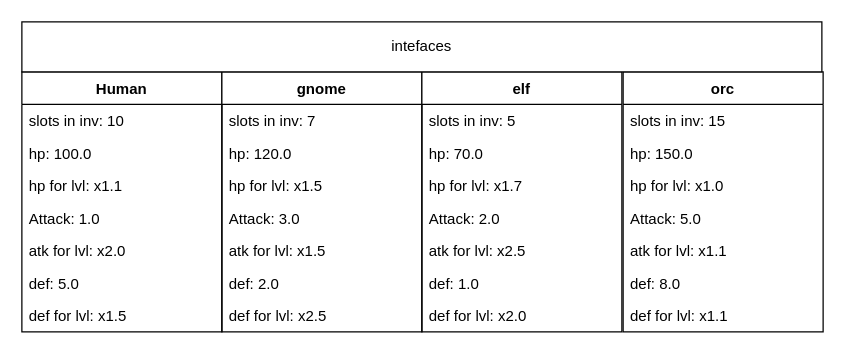
The draw.io diagram page "rase" (3 of 3) of src/plan/projectDiagram.drawio in vfedychkanych/MyPlayProj, before the edit. Source tidied: cells renumbered, new cells numbered last; positions are measured from the earlier drawing's top-left corner, leaving out a move shared by most shapes. Both pictures are drawn from the tidied source at 125%, with x=0, y=0 at pixel (21, 21).
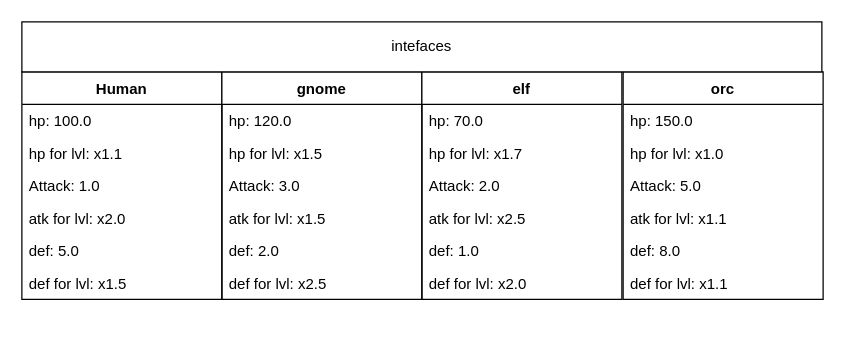
The same page after the edit.

Diff of the diagram source:
```diff
@@
     <mxCell id="2" value="Human" style="swimlane;fontStyle=1;align=center;verticalAlign=top;horizontal=1;startSize=26;" parent="1" vertex="1">
-      <mxGeometry y="40" width="160" height="208" as="geometry" />
+      <mxGeometry y="40" width="160" height="182" as="geometry" />
     </mxCell>
-    <mxCell id="3" value="slots in inv: 10" style="text;strokeColor=none;fillColor=none;align=left;verticalAlign=top;spacingLeft=4;spacingRight=4;overflow=hidden;" parent="2" vertex="1">
-      <mxGeometry y="26" width="160" height="26" as="geometry" />
-    </mxCell>
     <mxCell id="4" value="hp: 100.0" style="text;strokeColor=none;fillColor=none;align=left;verticalAlign=top;spacingLeft=4;spacingRight=4;overflow=hidden;" parent="2" vertex="1">
-      <mxGeometry y="52" width="160" height="26" as="geometry" />
+      <mxGeometry y="26" width="160" height="26" as="geometry" />
     </mxCell>
     <mxCell id="5" value="hp for lvl: x1.1" style="text;strokeColor=none;fillColor=none;align=left;verticalAlign=top;spacingLeft=4;spacingRight=4;overflow=hidden;" parent="2" vertex="1">
-      <mxGeometry y="78" width="160" height="26" as="geometry" />
+      <mxGeometry y="52" width="160" height="26" as="geometry" />
     </mxCell>
     <mxCell id="6" value="Attack: 1.0" style="text;strokeColor=none;fillColor=none;align=left;verticalAlign=top;spacingLeft=4;spacingRight=4;overflow=hidden;" parent="2" vertex="1">
-      <mxGeometry y="104" width="160" height="26" as="geometry" />
+      <mxGeometry y="78" width="160" height="26" as="geometry" />
     </mxCell>
     <mxCell id="7" value="atk for lvl: x2.0" style="text;strokeColor=none;fillColor=none;align=left;verticalAlign=top;spacingLeft=4;spacingRight=4;overflow=hidden;" parent="2" vertex="1">
-      <mxGeometry y="130" width="160" height="26" as="geometry" />
+      <mxGeometry y="104" width="160" height="26" as="geometry" />
     </mxCell>
     <mxCell id="8" value="def: 5.0" style="text;strokeColor=none;fillColor=none;align=left;verticalAlign=top;spacingLeft=4;spacingRight=4;overflow=hidden;" parent="2" vertex="1">
-      <mxGeometry y="156" width="160" height="26" as="geometry" />
+      <mxGeometry y="130" width="160" height="26" as="geometry" />
     </mxCell>
     <mxCell id="9" value="def for lvl: x1.5" style="text;strokeColor=none;fillColor=none;align=left;verticalAlign=top;spacingLeft=4;spacingRight=4;overflow=hidden;" parent="2" vertex="1">
-      <mxGeometry y="182" width="160" height="26" as="geometry" />
+      <mxGeometry y="156" width="160" height="26" as="geometry" />
     </mxCell>
     <mxCell id="10" value="gnome" style="swimlane;fontStyle=1;align=center;verticalAlign=top;horizontal=1;startSize=26;" parent="1" vertex="1">
-      <mxGeometry x="160" y="40" width="160" height="208" as="geometry" />
+      <mxGeometry x="160" y="40" width="160" height="182" as="geometry" />
     </mxCell>
-    <mxCell id="11" value="slots in inv: 7" style="text;strokeColor=none;fillColor=none;align=left;verticalAlign=top;spacingLeft=4;spacingRight=4;overflow=hidden;" parent="10" vertex="1">
-      <mxGeometry y="26" width="160" height="26" as="geometry" />
-    </mxCell>
     <mxCell id="12" value="hp: 120.0" style="text;strokeColor=none;fillColor=none;align=left;verticalAlign=top;spacingLeft=4;spacingRight=4;overflow=hidden;" parent="10" vertex="1">
-      <mxGeometry y="52" width="160" height="26" as="geometry" />
+      <mxGeometry y="26" width="160" height="26" as="geometry" />
     </mxCell>
     <mxCell id="13" value="hp for lvl: x1.5" style="text;strokeColor=none;fillColor=none;align=left;verticalAlign=top;spacingLeft=4;spacingRight=4;overflow=hidden;" parent="10" vertex="1">
-      <mxGeometry y="78" width="160" height="26" as="geometry" />
+      <mxGeometry y="52" width="160" height="26" as="geometry" />
     </mxCell>
     <mxCell id="14" value="Attack: 3.0" style="text;strokeColor=none;fillColor=none;align=left;verticalAlign=top;spacingLeft=4;spacingRight=4;overflow=hidden;" parent="10" vertex="1">
-      <mxGeometry y="104" width="160" height="26" as="geometry" />
+      <mxGeometry y="78" width="160" height="26" as="geometry" />
     </mxCell>
     <mxCell id="15" value="atk for lvl: x1.5" style="text;strokeColor=none;fillColor=none;align=left;verticalAlign=top;spacingLeft=4;spacingRight=4;overflow=hidden;" parent="10" vertex="1">
-      <mxGeometry y="130" width="160" height="26" as="geometry" />
+      <mxGeometry y="104" width="160" height="26" as="geometry" />
     </mxCell>
     <mxCell id="16" value="def: 2.0" style="text;strokeColor=none;fillColor=none;align=left;verticalAlign=top;spacingLeft=4;spacingRight=4;overflow=hidden;" parent="10" vertex="1">
-      <mxGeometry y="156" width="160" height="26" as="geometry" />
+      <mxGeometry y="130" width="160" height="26" as="geometry" />
     </mxCell>
     <mxCell id="17" value="def for lvl: x2.5" style="text;strokeColor=none;fillColor=none;align=left;verticalAlign=top;spacingLeft=4;spacingRight=4;overflow=hidden;" parent="10" vertex="1">
-      <mxGeometry y="182" width="160" height="26" as="geometry" />
+      <mxGeometry y="156" width="160" height="26" as="geometry" />
     </mxCell>
     <mxCell id="18" value="elf" style="swimlane;fontStyle=1;align=center;verticalAlign=top;horizontal=1;startSize=26;" parent="1" vertex="1">
-      <mxGeometry x="320" y="40" width="160" height="208" as="geometry" />
+      <mxGeometry x="320" y="40" width="160" height="182" as="geometry" />
     </mxCell>
-    <mxCell id="19" value="slots in inv: 5" style="text;strokeColor=none;fillColor=none;align=left;verticalAlign=top;spacingLeft=4;spacingRight=4;overflow=hidden;" parent="18" vertex="1">
-      <mxGeometry y="26" width="160" height="26" as="geometry" />
-    </mxCell>
     <mxCell id="20" value="hp: 70.0" style="text;strokeColor=none;fillColor=none;align=left;verticalAlign=top;spacingLeft=4;spacingRight=4;overflow=hidden;" parent="18" vertex="1">
-      <mxGeometry y="52" width="160" height="26" as="geometry" />
+      <mxGeometry y="26" width="160" height="26" as="geometry" />
     </mxCell>
     <mxCell id="21" value="hp for lvl: x1.7" style="text;strokeColor=none;fillColor=none;align=left;verticalAlign=top;spacingLeft=4;spacingRight=4;overflow=hidden;" parent="18" vertex="1">
-      <mxGeometry y="78" width="160" height="26" as="geometry" />
+      <mxGeometry y="52" width="160" height="26" as="geometry" />
     </mxCell>
     <mxCell id="22" value="Attack: 2.0" style="text;strokeColor=none;fillColor=none;align=left;verticalAlign=top;spacingLeft=4;spacingRight=4;overflow=hidden;" parent="18" vertex="1">
-      <mxGeometry y="104" width="160" height="26" as="geometry" />
+      <mxGeometry y="78" width="160" height="26" as="geometry" />
     </mxCell>
     <mxCell id="23" value="atk for lvl: x2.5" style="text;strokeColor=none;fillColor=none;align=left;verticalAlign=top;spacingLeft=4;spacingRight=4;overflow=hidden;" parent="18" vertex="1">
-      <mxGeometry y="130" width="160" height="26" as="geometry" />
+      <mxGeometry y="104" width="160" height="26" as="geometry" />
     </mxCell>
     <mxCell id="24" value="def: 1.0" style="text;strokeColor=none;fillColor=none;align=left;verticalAlign=top;spacingLeft=4;spacingRight=4;overflow=hidden;" parent="18" vertex="1">
-      <mxGeometry y="156" width="160" height="26" as="geometry" />
+      <mxGeometry y="130" width="160" height="26" as="geometry" />
     </mxCell>
     <mxCell id="25" value="def for lvl: x2.0" style="text;strokeColor=none;fillColor=none;align=left;verticalAlign=top;spacingLeft=4;spacingRight=4;overflow=hidden;" parent="18" vertex="1">
-      <mxGeometry y="182" width="160" height="26" as="geometry" />
+      <mxGeometry y="156" width="160" height="26" as="geometry" />
     </mxCell>
     <mxCell id="26" value="orc" style="swimlane;fontStyle=1;align=center;verticalAlign=top;horizontal=1;startSize=26;" parent="1" vertex="1">
-      <mxGeometry x="481" y="40" width="160" height="208" as="geometry" />
+      <mxGeometry x="481" y="40" width="160" height="182" as="geometry" />
     </mxCell>
-    <mxCell id="27" value="slots in inv: 15" style="text;strokeColor=none;fillColor=none;align=left;verticalAlign=top;spacingLeft=4;spacingRight=4;overflow=hidden;" parent="26" vertex="1">
-      <mxGeometry y="26" width="160" height="26" as="geometry" />
-    </mxCell>
     <mxCell id="28" value="hp: 150.0" style="text;strokeColor=none;fillColor=none;align=left;verticalAlign=top;spacingLeft=4;spacingRight=4;overflow=hidden;" parent="26" vertex="1">
-      <mxGeometry y="52" width="160" height="26" as="geometry" />
+      <mxGeometry y="26" width="160" height="26" as="geometry" />
     </mxCell>
     <mxCell id="29" value="hp for lvl: x1.0" style="text;strokeColor=none;fillColor=none;align=left;verticalAlign=top;spacingLeft=4;spacingRight=4;overflow=hidden;" parent="26" vertex="1">
-      <mxGeometry y="78" width="160" height="26" as="geometry" />
+      <mxGeometry y="52" width="160" height="26" as="geometry" />
     </mxCell>
     <mxCell id="30" value="Attack: 5.0" style="text;strokeColor=none;fillColor=none;align=left;verticalAlign=top;spacingLeft=4;spacingRight=4;overflow=hidden;" parent="26" vertex="1">
-      <mxGeometry y="104" width="160" height="26" as="geometry" />
+      <mxGeometry y="78" width="160" height="26" as="geometry" />
     </mxCell>
     <mxCell id="31" value="atk for lvl: x1.1" style="text;strokeColor=none;fillColor=none;align=left;verticalAlign=top;spacingLeft=4;spacingRight=4;overflow=hidden;" parent="26" vertex="1">
-      <mxGeometry y="130" width="160" height="26" as="geometry" />
+      <mxGeometry y="104" width="160" height="26" as="geometry" />
     </mxCell>
     <mxCell id="32" value="def: 8.0" style="text;strokeColor=none;fillColor=none;align=left;verticalAlign=top;spacingLeft=4;spacingRight=4;overflow=hidden;" parent="26" vertex="1">
-      <mxGeometry y="156" width="160" height="26" as="geometry" />
+      <mxGeometry y="130" width="160" height="26" as="geometry" />
     </mxCell>
     <mxCell id="33" value="def for lvl: x1.1" style="text;strokeColor=none;fillColor=none;align=left;verticalAlign=top;spacingLeft=4;spacingRight=4;overflow=hidden;" parent="26" vertex="1">
-      <mxGeometry y="182" width="160" height="26" as="geometry" />
+      <mxGeometry y="156" width="160" height="26" as="geometry" />
     </mxCell>
```
